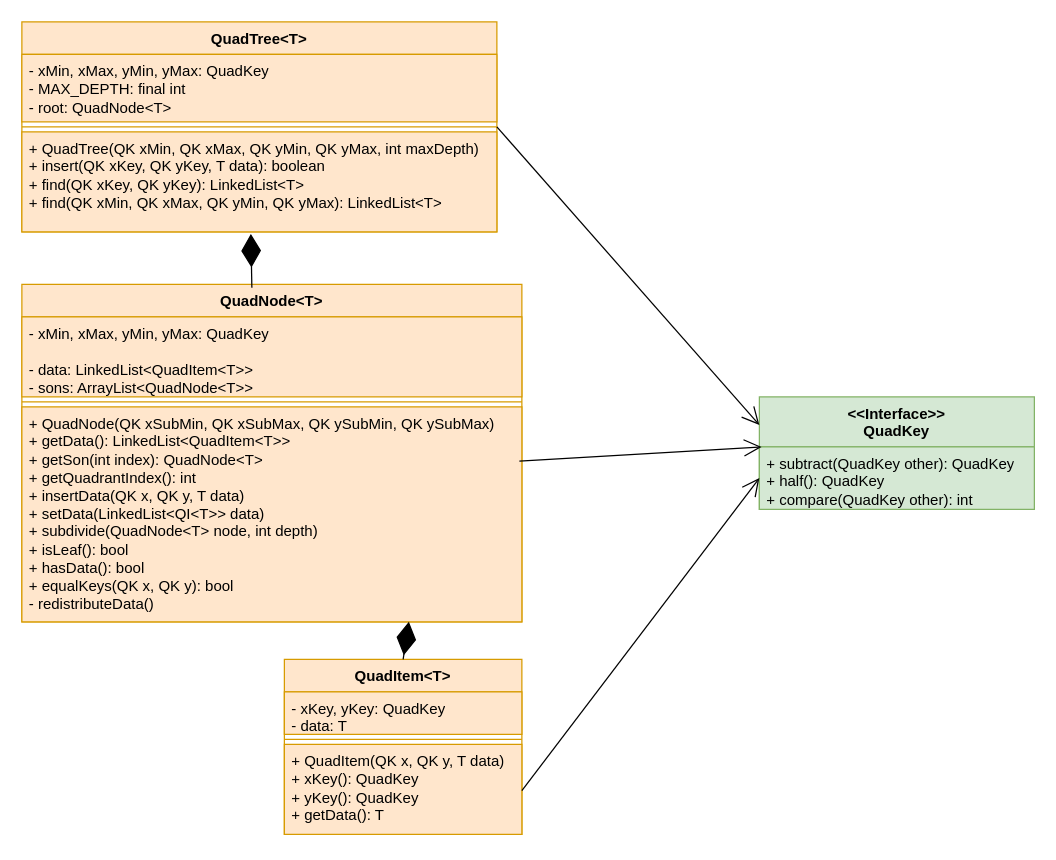
juraj-n/ADS2 keeps this draw.io diagram as doc/UML/QuadTree.drawio. Above is the earlier version. Source tidied: cells renumbered, new cells numbered last; positions are measured from the earlier drawing's top-left corner, leaving out a move shared by most shapes. Both pictures are drawn from the tidied source at 125%, with x=0, y=0 at pixel (21, 21).
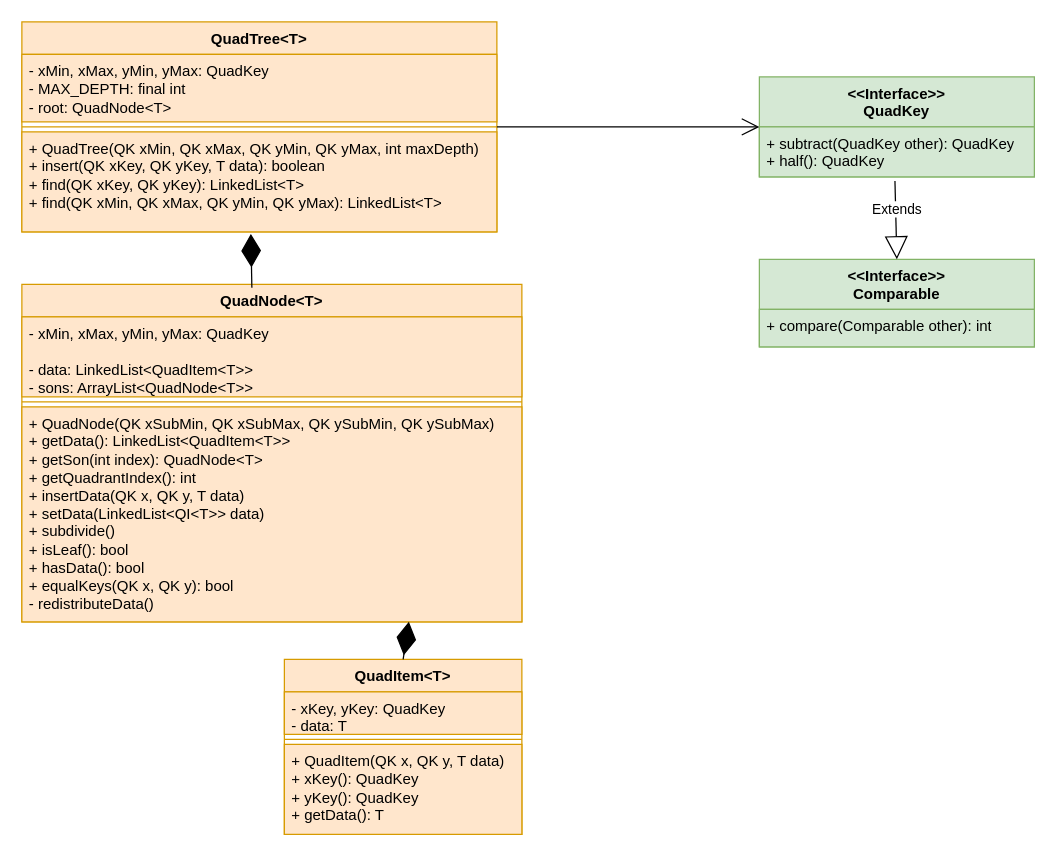
The same diagram, later.

Commit message (it also covers changes not shown here):
Data structure connecting QuadTree & KDTree

Unchanged cells that the change refers to:
```xml
<mxCell id="2" value="QuadTree&amp;lt;T&amp;gt;" style="swimlane;fontStyle=1;align=center;verticalAlign=top;horizontal=1;startSize=26;whiteSpace=wrap;html=1;fillColor=#ffe6cc;strokeColor=#d79b00;" parent="1" vertex="1">
  <mxGeometry width="380" height="168" as="geometry" />
</mxCell>
<mxCell id="8" value="QuadNode&amp;lt;T&amp;gt;" style="swimlane;fontStyle=1;align=center;verticalAlign=top;horizontal=1;startSize=26;whiteSpace=wrap;html=1;fillColor=#ffe6cc;strokeColor=#d79b00;" parent="1" vertex="1">
  <mxGeometry y="210" width="400" height="270" as="geometry" />
</mxCell>
<mxCell id="12" value="QuadItem&amp;lt;T&amp;gt;" style="swimlane;fontStyle=1;align=center;verticalAlign=top;horizontal=1;startSize=26;whiteSpace=wrap;html=1;fillColor=#ffe6cc;strokeColor=#d79b00;" parent="1" vertex="1">
  <mxGeometry x="210" y="510" width="190" height="140" as="geometry" />
</mxCell>
```

The edit, as a diff of the source:
```diff
@@
     <mxCell id="6" value="&amp;lt;&amp;lt;Interface&amp;gt;&amp;gt;&lt;div&gt;QuadKey&lt;/div&gt;" style="swimlane;fontStyle=1;align=center;verticalAlign=top;horizontal=1;startSize=40;whiteSpace=wrap;html=1;fillColor=#d5e8d4;strokeColor=#82b366;" parent="1" vertex="1">
-      <mxGeometry x="590" y="300" width="220" height="90" as="geometry" />
+      <mxGeometry x="590" y="44" width="220" height="80" as="geometry" />
     </mxCell>
-    <mxCell id="7" value="&lt;div&gt;&lt;span style=&quot;background-color: transparent; color: light-dark(rgb(0, 0, 0), rgb(255, 255, 255));&quot;&gt;+ subtract(QuadKey other): QuadKey&lt;/span&gt;&lt;/div&gt;&lt;div&gt;+ half(): QuadKey&lt;/div&gt;&lt;div&gt;+ compare(QuadKey other): int&lt;/div&gt;" style="text;strokeColor=#82b366;fillColor=#d5e8d4;align=left;verticalAlign=top;spacingLeft=4;spacingRight=4;overflow=hidden;points=[[0,0.5],[1,0.5]];portConstraint=eastwest;whiteSpace=wrap;html=1;" parent="6" vertex="1">
-      <mxGeometry y="40" width="220" height="50" as="geometry" />
+    <mxCell id="7" value="&lt;div&gt;&lt;span style=&quot;background-color: transparent; color: light-dark(rgb(0, 0, 0), rgb(255, 255, 255));&quot;&gt;+ subtract(QuadKey other): QuadKey&lt;/span&gt;&lt;/div&gt;&lt;div&gt;+ half(): QuadKey&lt;/div&gt;" style="text;strokeColor=#82b366;fillColor=#d5e8d4;align=left;verticalAlign=top;spacingLeft=4;spacingRight=4;overflow=hidden;points=[[0,0.5],[1,0.5]];portConstraint=eastwest;whiteSpace=wrap;html=1;" parent="6" vertex="1">
+      <mxGeometry y="40" width="220" height="40" as="geometry" />
     </mxCell>
@@
-    <mxCell id="11" value="+ QuadNode(QK xSubMin, QK xSubMax, QK ySubMin, QK ySubMax)&lt;div&gt;+ getData(): LinkedList&amp;lt;QuadItem&amp;lt;T&amp;gt;&amp;gt;&lt;/div&gt;&lt;div&gt;+ getSon(int index): QuadNode&amp;lt;T&amp;gt;&lt;/div&gt;&lt;div&gt;+ getQuadrantIndex(): int&lt;/div&gt;&lt;div&gt;+ insertData(QK x, QK y, T data)&lt;/div&gt;&lt;div&gt;+ setData(LinkedList&amp;lt;QI&amp;lt;T&amp;gt;&amp;gt; data)&lt;/div&gt;&lt;div&gt;+ subdivide(QuadNode&amp;lt;T&amp;gt; node, int depth)&lt;/div&gt;&lt;div&gt;+ isLeaf(): bool&lt;/div&gt;&lt;div&gt;+ hasData(): bool&lt;/div&gt;&lt;div&gt;+ equalKeys(QK x, QK y): bool&lt;/div&gt;&lt;div&gt;- redistributeData()&lt;/div&gt;" style="text;strokeColor=#d79b00;fillColor=#ffe6cc;align=left;verticalAlign=top;spacingLeft=4;spacingRight=4;overflow=hidden;points=[[0,0.5],[1,0.5]];portConstraint=eastwest;whiteSpace=wrap;html=1;" parent="8" vertex="1">
+    <mxCell id="11" value="+ QuadNode(QK xSubMin, QK xSubMax, QK ySubMin, QK ySubMax)&lt;div&gt;+ getData(): LinkedList&amp;lt;QuadItem&amp;lt;T&amp;gt;&amp;gt;&lt;/div&gt;&lt;div&gt;+ getSon(int index): QuadNode&amp;lt;T&amp;gt;&lt;/div&gt;&lt;div&gt;+ getQuadrantIndex(): int&lt;/div&gt;&lt;div&gt;+ insertData(QK x, QK y, T data)&lt;/div&gt;&lt;div&gt;+ setData(LinkedList&amp;lt;QI&amp;lt;T&amp;gt;&amp;gt; data)&lt;/div&gt;&lt;div&gt;+ subdivide()&lt;/div&gt;&lt;div&gt;+ isLeaf(): bool&lt;/div&gt;&lt;div&gt;+ hasData(): bool&lt;/div&gt;&lt;div&gt;+ equalKeys(QK x, QK y): bool&lt;/div&gt;&lt;div&gt;- redistributeData()&lt;/div&gt;" style="text;strokeColor=#d79b00;fillColor=#ffe6cc;align=left;verticalAlign=top;spacingLeft=4;spacingRight=4;overflow=hidden;points=[[0,0.5],[1,0.5]];portConstraint=eastwest;whiteSpace=wrap;html=1;" parent="8" vertex="1">
       <mxGeometry y="98" width="400" height="172" as="geometry" />
     </mxCell>
@@
-    <mxCell id="18" style="endArrow=open;endFill=1;endSize=12;html=1;rounded=0;exitX=1;exitY=0.5;exitDx=0;exitDy=0;entryX=0;entryY=0.25;entryDx=0;entryDy=0;" parent="1" edge="1" source="2" target="6">
+    <mxCell id="18" style="endArrow=open;endFill=1;endSize=12;html=1;rounded=0;exitX=1;exitY=0.5;exitDx=0;exitDy=0;entryX=0;entryY=0.5;entryDx=0;entryDy=0;" parent="1" edge="1" source="2" target="6">
       <mxGeometry relative="1" as="geometry" />
     </mxCell>
-    <mxCell id="19" style="endArrow=open;endFill=1;endSize=12;html=1;rounded=0;exitX=0.995;exitY=0.252;exitDx=0;exitDy=0;entryX=0.008;entryY=0;entryDx=0;entryDy=0;exitPerimeter=0;entryPerimeter=0;" parent="1" edge="1" source="11" target="7">
-      <mxGeometry relative="1" as="geometry" />
-    </mxCell>
-    <mxCell id="20" style="endArrow=open;endFill=1;endSize=12;html=1;rounded=0;exitX=1;exitY=0.75;exitDx=0;exitDy=0;entryX=0;entryY=0.5;entryDx=0;entryDy=0;" parent="1" edge="1" source="12" target="7">
-      <mxGeometry relative="1" as="geometry" />
-    </mxCell>
+    <mxCell id="21" value="&amp;lt;&amp;lt;Interface&amp;gt;&amp;gt;&lt;div&gt;Comparable&lt;/div&gt;" style="swimlane;fontStyle=1;align=center;verticalAlign=top;horizontal=1;startSize=40;whiteSpace=wrap;html=1;fillColor=#d5e8d4;strokeColor=#82b366;" parent="1" vertex="1">
+      <mxGeometry x="590" y="190" width="220" height="70" as="geometry" />
+    </mxCell>
+    <mxCell id="22" value="&lt;div&gt;&lt;span style=&quot;background-color: transparent; color: light-dark(rgb(0, 0, 0), rgb(255, 255, 255));&quot;&gt;+ compare(Comparable other): int&lt;/span&gt;&lt;/div&gt;&lt;div&gt;&lt;span style=&quot;background-color: transparent; color: light-dark(rgb(0, 0, 0), rgb(255, 255, 255));&quot;&gt;&lt;br&gt;&lt;/span&gt;&lt;/div&gt;" style="text;strokeColor=#82b366;fillColor=#d5e8d4;align=left;verticalAlign=top;spacingLeft=4;spacingRight=4;overflow=hidden;whiteSpace=wrap;html=1;" parent="21" vertex="1">
+      <mxGeometry y="40" width="220" height="30" as="geometry" />
+    </mxCell>
+    <mxCell id="23" value="Extends" style="endArrow=block;endSize=16;endFill=0;html=1;rounded=0;exitX=0.493;exitY=1.083;exitDx=0;exitDy=0;exitPerimeter=0;" parent="1" edge="1" source="7">
+      <mxGeometry x="-0.28" y="1" relative="1" as="geometry">
+        <mxPoint x="700" y="190" as="targetPoint" />
+      </mxGeometry>
+    </mxCell>
```
